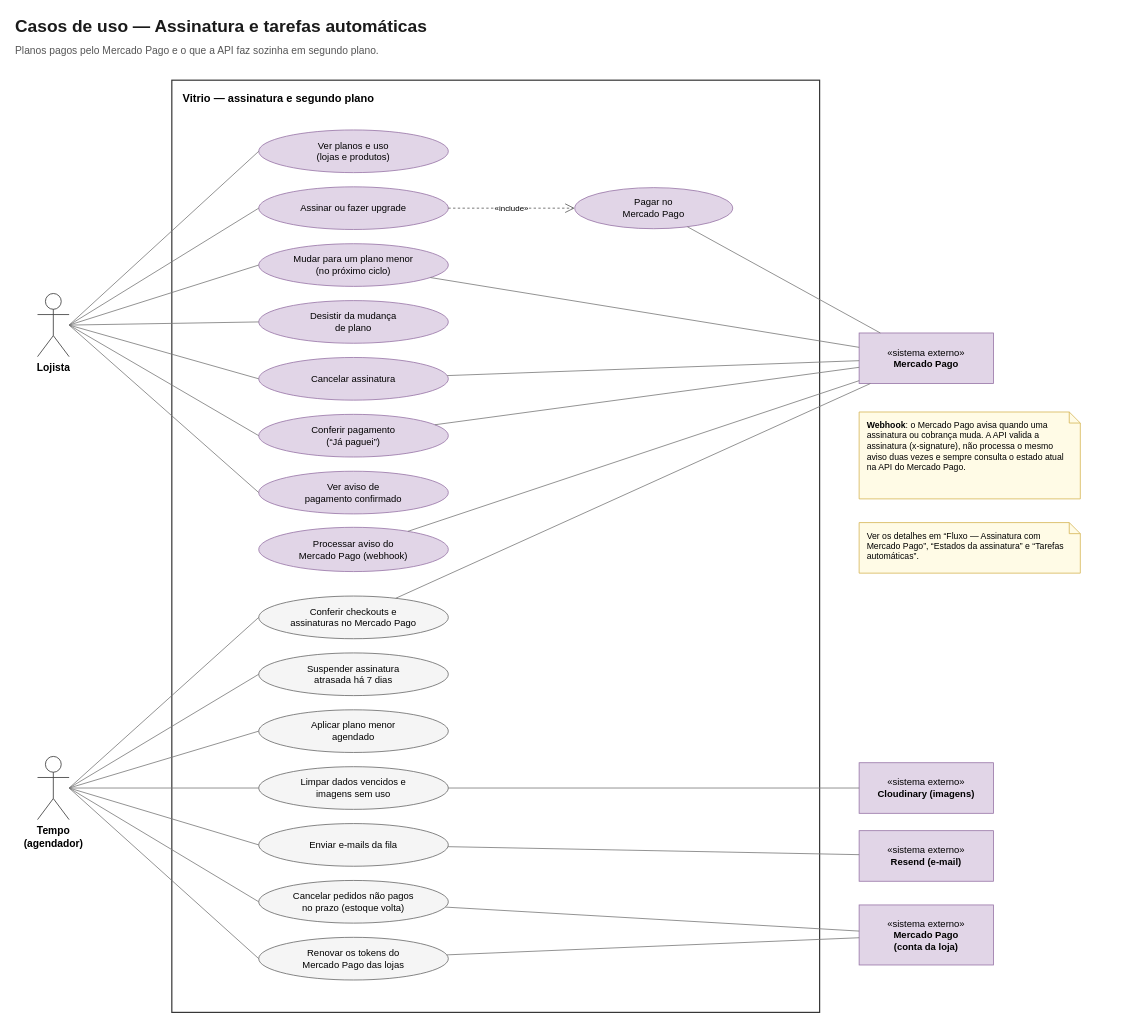
The draw.io diagram page "4. Casos de uso — Assinatura e tarefas automáticas" (4 of 13) of docs/diagramas/vitrio.drawio in eric-araujo-18/vitrio, before the edit. Source tidied: cells renumbered, new cells numbered last; positions are measured from the earlier drawing's top-left corner, leaving out a move shared by most shapes. Both pictures are drawn from the tidied source at 79%, with x=0, y=0 at pixel (13, 13).
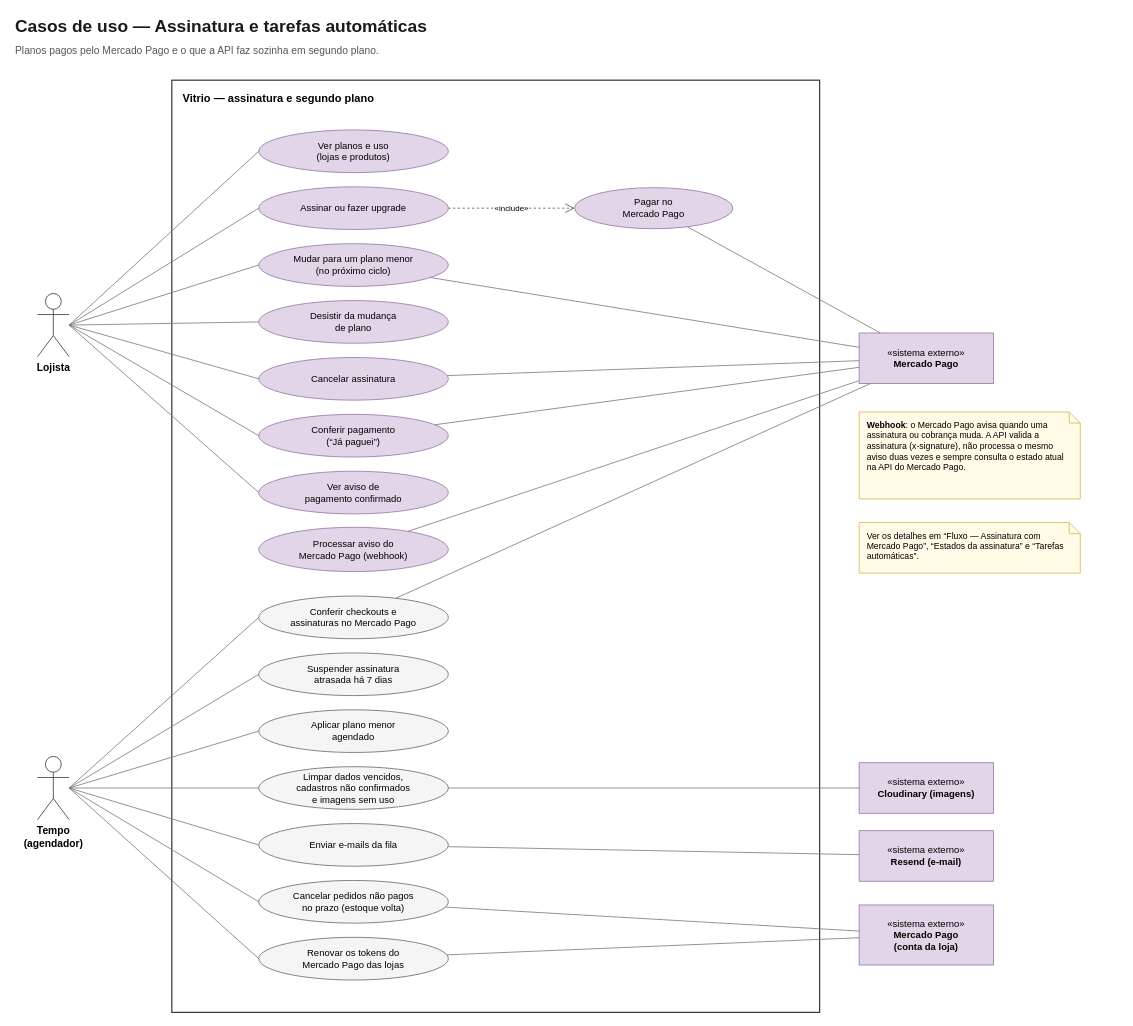
After the change.

Diff of the diagram source:
```diff
@@
-    <mxCell id="24" value="Limpar dados vencidos e&lt;br&gt;imagens sem uso" style="ellipse;whiteSpace=wrap;html=1;fillColor=#f5f5f5;strokeColor=#666666;fontSize=12;" parent="1" vertex="1">
+    <mxCell id="24" value="Limpar dados vencidos,&lt;br&gt;cadastros não confirmados&lt;br&gt;e imagens sem uso" style="ellipse;whiteSpace=wrap;html=1;fillColor=#f5f5f5;strokeColor=#666666;fontSize=12;" parent="1" vertex="1">
       <mxGeometry x="310" y="953" width="240" height="54" as="geometry" />
     </mxCell>
```
